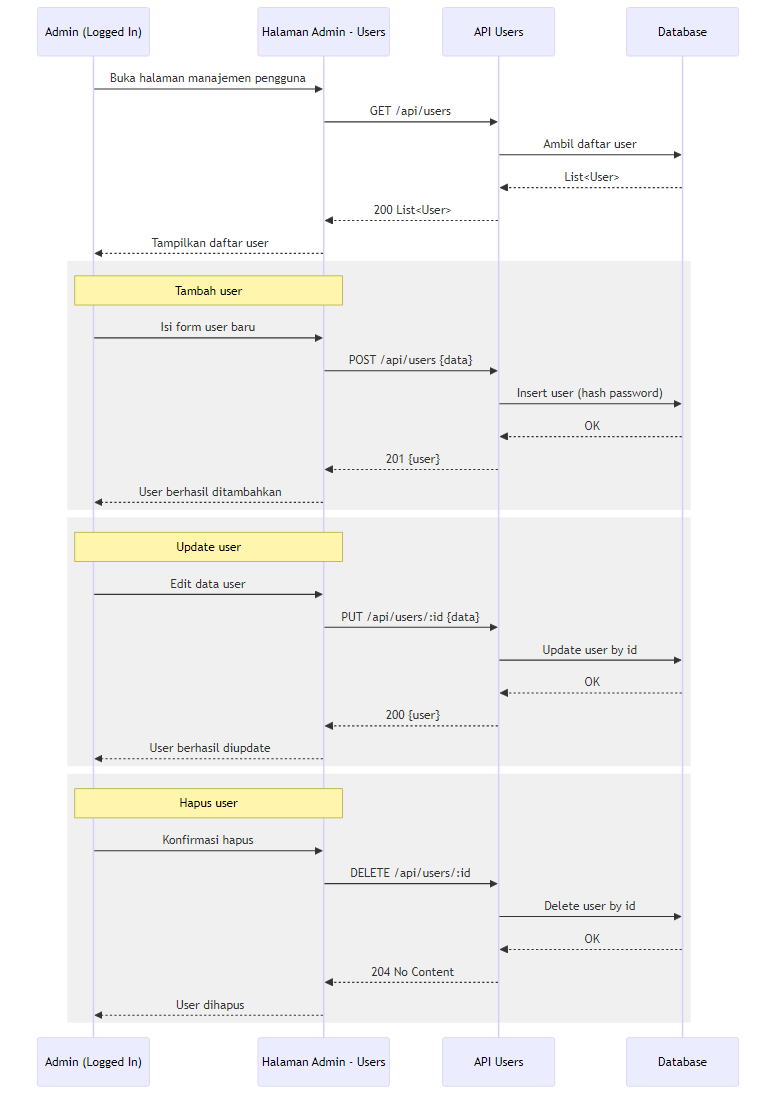
QilAqil/PPTB_BQ keeps this Mermaid diagram as public/diagrams/seq_manajemen_pengguna.png. Above is the earlier version. Its source is kept beside it as diagrams/seq_manajemen_pengguna.mmd.
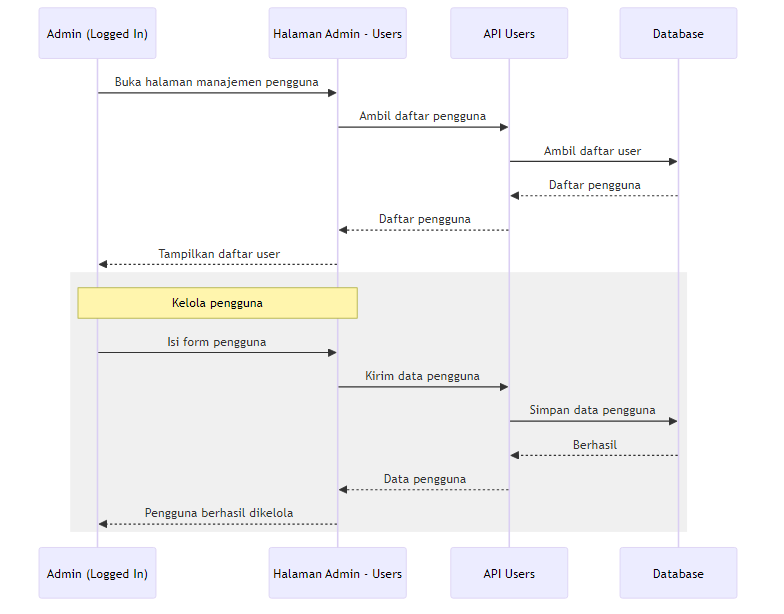
The same file after the commit.

What changed in the source:
```diff
@@ -5,38 +5,18 @@
   participant DB as Database
 
   A->>UI: Buka halaman manajemen pengguna
-  UI->>API: GET /api/users
+  UI->>API: Ambil daftar pengguna
   API->>DB: Ambil daftar user
-  DB-->>API: List<User>
-  API-->>UI: 200 List<User>
+  DB-->>API: Daftar pengguna
+  API-->>UI: Daftar pengguna
   UI-->>A: Tampilkan daftar user
 
   rect rgb(240,240,240)
-    note over A,UI: Tambah user
-    A->>UI: Isi form user baru
-    UI->>API: POST /api/users {data}
-    API->>DB: Insert user (hash password)
-    DB-->>API: OK
-    API-->>UI: 201 {user}
-    UI-->>A: User berhasil ditambahkan
+    note over A,UI: Kelola pengguna
+    A->>UI: Isi form pengguna
+    UI->>API: Kirim data pengguna
+    API->>DB: Simpan data pengguna
+    DB-->>API: Berhasil
+    API-->>UI: Data pengguna
+    UI-->>A: Pengguna berhasil dikelola
   end
-
-  rect rgb(240,240,240)
-    note over A,UI: Update user
-    A->>UI: Edit data user
-    UI->>API: PUT /api/users/:id {data}
-    API->>DB: Update user by id
-    DB-->>API: OK
-    API-->>UI: 200 {user}
-    UI-->>A: User berhasil diupdate
-  end
-
-  rect rgb(240,240,240)
-    note over A,UI: Hapus user
-    A->>UI: Konfirmasi hapus
-    UI->>API: DELETE /api/users/:id
-    API->>DB: Delete user by id
-    DB-->>API: OK
-    API-->>UI: 204 No Content
-    UI-->>A: User dihapus
-  end
```
